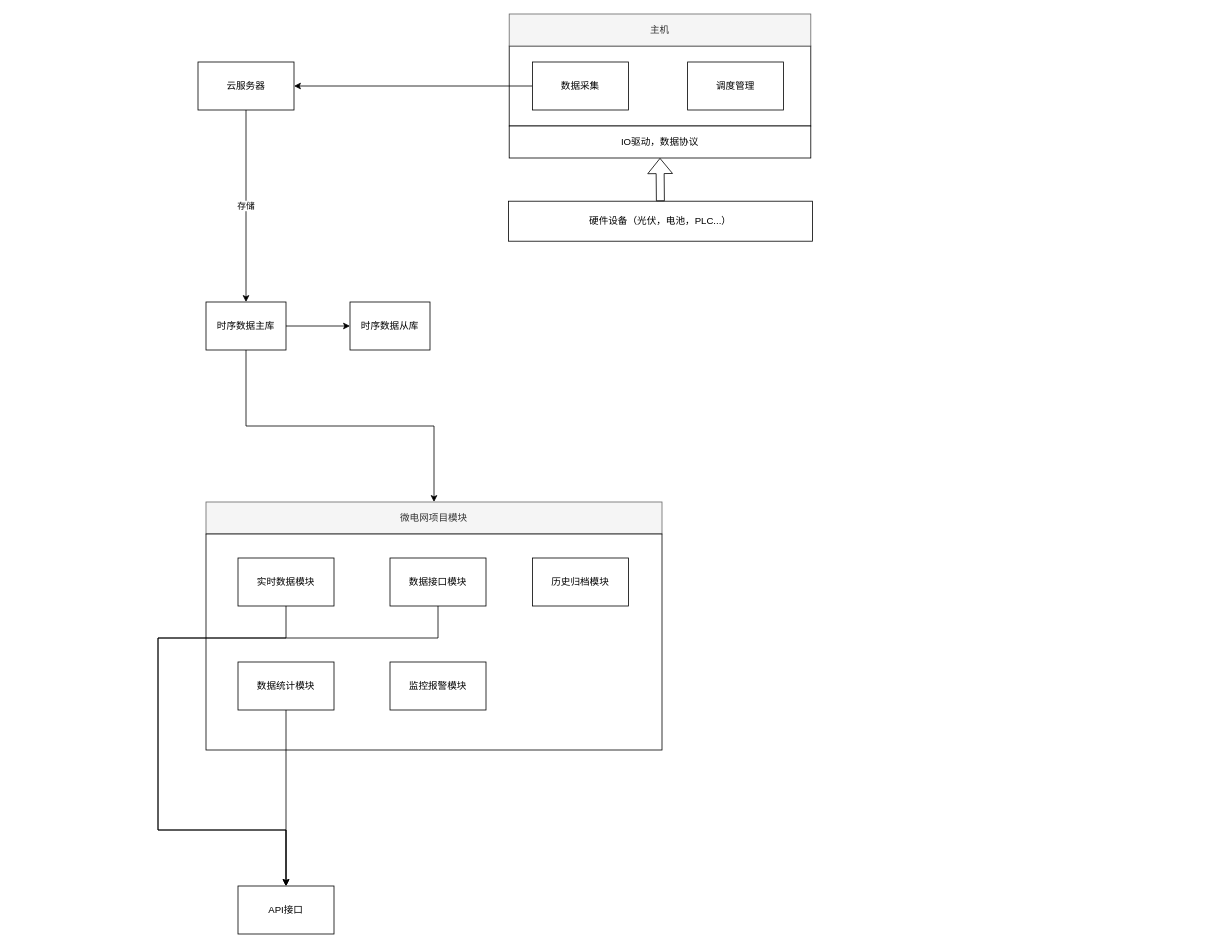
Above: microgrid.drawio in Standstill/DrawIO (draw.io), before the change. Source tidied: cells renumbered, new cells numbered last; positions are measured from the earlier drawing's top-left corner, leaving out a move shared by most shapes. Both pictures are drawn from the tidied source at 80%, with x=0, y=0 at pixel (158, 14).
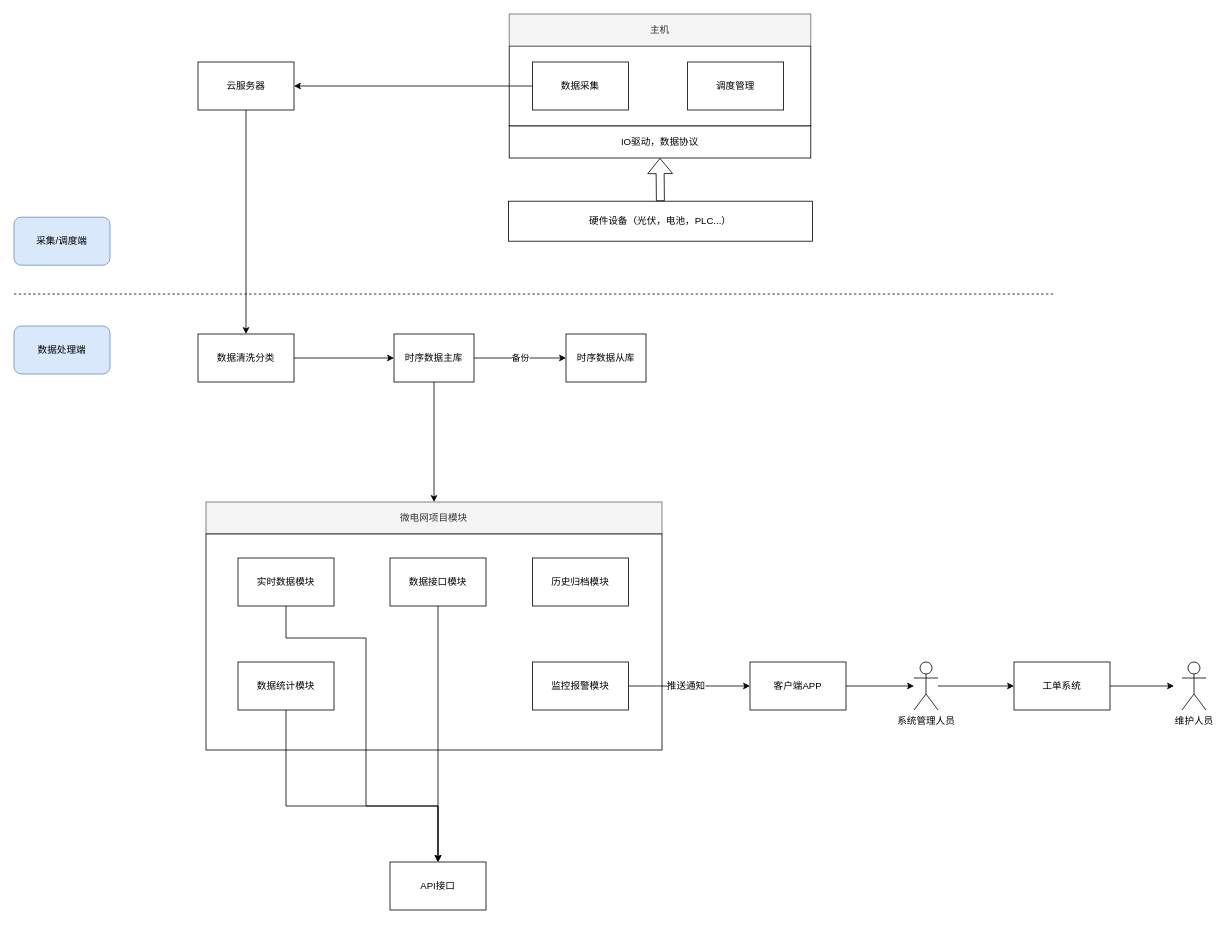
After the change.

The change refers to these unchanged cells:
```xml
<mxCell id="11" value="云服务器" style="rounded=0;whiteSpace=wrap;html=1;" parent="1" vertex="1">
  <mxGeometry x="50" y="60" width="120" height="60" as="geometry" />
</mxCell>
<mxCell id="19" value="实时数据模块" style="rounded=0;whiteSpace=wrap;html=1;" parent="1" vertex="1">
  <mxGeometry x="100" y="680" width="120" height="60" as="geometry" />
</mxCell>
<mxCell id="22" value="数据接口模块" style="rounded=0;whiteSpace=wrap;html=1;" parent="1" vertex="1">
  <mxGeometry x="290" y="680" width="120" height="60" as="geometry" />
</mxCell>
<mxCell id="24" value="数据统计模块" style="rounded=0;whiteSpace=wrap;html=1;" parent="1" vertex="1">
  <mxGeometry x="100" y="810" width="120" height="60" as="geometry" />
</mxCell>
```

What changed in the source:
```diff
@@
-    <mxCell id="10" value="存储" style="edgeStyle=orthogonalEdgeStyle;rounded=0;jettySize=auto;html=1;exitX=0.5;exitY=1;exitDx=0;exitDy=0;" parent="1" edge="1" source="11" target="14">
-      <mxGeometry relative="1" as="geometry" />
-    </mxCell>
+    <mxCell id="27" style="edgeStyle=orthogonalEdgeStyle;rounded=0;jettySize=auto;html=1;exitX=0.5;exitY=1;exitDx=0;exitDy=0;entryX=0.5;entryY=0;entryDx=0;entryDy=0;" parent="1" edge="1" source="11" target="38">
+      <mxGeometry relative="1" as="geometry" />
+    </mxCell>
@@
-    <mxCell id="12" style="edgeStyle=orthogonalEdgeStyle;rounded=0;jettySize=auto;html=1;" parent="1" edge="1" source="14" target="15">
+    <mxCell id="12" value="备份" style="edgeStyle=orthogonalEdgeStyle;rounded=0;jettySize=auto;html=1;" parent="1" edge="1" source="14" target="15">
       <mxGeometry relative="1" as="geometry" />
     </mxCell>
@@
     <mxCell id="14" value="时序数据主库" style="rounded=0;whiteSpace=wrap;html=1;" parent="1" vertex="1">
-      <mxGeometry x="60" y="360" width="100" height="60" as="geometry" />
+      <mxGeometry x="295" y="400" width="100" height="60" as="geometry" />
     </mxCell>
     <mxCell id="15" value="时序数据从库" style="rounded=0;whiteSpace=wrap;html=1;" parent="1" vertex="1">
-      <mxGeometry x="240" y="360" width="100" height="60" as="geometry" />
+      <mxGeometry x="510" y="400" width="100" height="60" as="geometry" />
     </mxCell>
@@
     <mxCell id="18" style="edgeStyle=orthogonalEdgeStyle;rounded=0;jettySize=auto;html=1;exitX=0.5;exitY=1;exitDx=0;exitDy=0;entryX=0.5;entryY=0;entryDx=0;entryDy=0;" parent="1" edge="1" source="19" target="26">
       <mxGeometry relative="1" as="geometry">
         <Array as="points">
           <mxPoint x="160" y="780" />
-          <mxPoint y="780" />
-          <mxPoint y="1020" />
-          <mxPoint x="160" y="1020" />
+          <mxPoint x="260" y="780" />
+          <mxPoint x="260" y="990" />
+          <mxPoint x="350" y="990" />
         </Array>
       </mxGeometry>
     </mxCell>
@@
     <mxCell id="21" style="edgeStyle=orthogonalEdgeStyle;rounded=0;jettySize=auto;html=1;exitX=0.5;exitY=1;exitDx=0;exitDy=0;entryX=0.5;entryY=0;entryDx=0;entryDy=0;" parent="1" edge="1" source="22" target="26">
       <mxGeometry relative="1" as="geometry">
         <Array as="points">
-          <mxPoint x="350" y="780" />
-          <mxPoint y="780" />
-          <mxPoint y="1020" />
-          <mxPoint x="160" y="1020" />
+          <mxPoint x="350" y="1050" />
+          <mxPoint x="350" y="1050" />
         </Array>
       </mxGeometry>
     </mxCell>
@@
     <mxCell id="23" style="edgeStyle=orthogonalEdgeStyle;rounded=0;jettySize=auto;html=1;exitX=0.5;exitY=1;exitDx=0;exitDy=0;entryX=0.5;entryY=0;entryDx=0;entryDy=0;" parent="1" edge="1" source="24" target="26">
-      <mxGeometry relative="1" as="geometry" />
+      <mxGeometry relative="1" as="geometry">
+        <Array as="points">
+          <mxPoint x="160" y="990" />
+          <mxPoint x="350" y="990" />
+        </Array>
+      </mxGeometry>
     </mxCell>
@@
+    <mxCell id="28" style="edgeStyle=orthogonalEdgeStyle;rounded=0;jettySize=auto;html=1;exitX=1;exitY=0.5;exitDx=0;exitDy=0;entryX=0;entryY=0.5;entryDx=0;entryDy=0;" parent="1" edge="1" source="25" target="31">
+      <mxGeometry relative="1" as="geometry" />
+    </mxCell>
+    <mxCell id="29" value="推送通知" style="text;html=1;align=center;verticalAlign=middle;labelBackgroundColor=#ffffff;" parent="28" vertex="1">
+      <mxGeometry x="-0.06" y="-2" relative="1" as="geometry">
+        <mxPoint y="-3" as="offset" />
+      </mxGeometry>
+    </mxCell>
     <mxCell id="25" value="监控报警模块" style="rounded=0;whiteSpace=wrap;html=1;" parent="1" vertex="1">
-      <mxGeometry x="290" y="810" width="120" height="60" as="geometry" />
+      <mxGeometry x="468" y="810" width="120" height="60" as="geometry" />
     </mxCell>
     <mxCell id="26" value="API接口" style="rounded=0;whiteSpace=wrap;html=1;" parent="1" vertex="1">
-      <mxGeometry x="100" y="1090" width="120" height="60" as="geometry" />
+      <mxGeometry x="290" y="1060" width="120" height="60" as="geometry" />
     </mxCell>
+    <mxCell id="30" style="edgeStyle=orthogonalEdgeStyle;rounded=0;jettySize=auto;html=1;exitX=1;exitY=0.5;exitDx=0;exitDy=0;" parent="1" edge="1" source="31" target="33">
+      <mxGeometry relative="1" as="geometry" />
+    </mxCell>
+    <mxCell id="31" value="客户端APP" style="rounded=0;whiteSpace=wrap;html=1;" parent="1" vertex="1">
+      <mxGeometry x="740" y="810" width="120" height="60" as="geometry" />
+    </mxCell>
+    <mxCell id="32" style="edgeStyle=orthogonalEdgeStyle;rounded=0;jettySize=auto;html=1;" parent="1" edge="1" source="33" target="40">
+      <mxGeometry relative="1" as="geometry" />
+    </mxCell>
+    <mxCell id="33" value="系统管理人员" style="shape=umlActor;verticalLabelPosition=bottom;labelBackgroundColor=#ffffff;verticalAlign=top;html=1;outlineConnect=0;" parent="1" vertex="1">
+      <mxGeometry x="945" y="810" width="30" height="60" as="geometry" />
+    </mxCell>
+    <mxCell id="34" style="endArrow=none;dashed=1;html=1;" parent="1" edge="1">
+      <mxGeometry relative="1" as="geometry">
+        <mxPoint x="-180" y="350" as="sourcePoint" />
+        <mxPoint x="1120" y="350" as="targetPoint" />
+      </mxGeometry>
+    </mxCell>
+    <mxCell id="35" value="采集/调度端" style="rounded=1;whiteSpace=wrap;html=1;fillColor=#dae8fc;strokeColor=#6c8ebf;" parent="1" vertex="1">
+      <mxGeometry x="-180" y="254" width="120" height="60" as="geometry" />
+    </mxCell>
+    <mxCell id="36" value="数据处理端" style="rounded=1;whiteSpace=wrap;html=1;fillColor=#dae8fc;strokeColor=#6c8ebf;" parent="1" vertex="1">
+      <mxGeometry x="-180" y="390" width="120" height="60" as="geometry" />
+    </mxCell>
+    <mxCell id="37" style="edgeStyle=orthogonalEdgeStyle;rounded=0;jettySize=auto;html=1;exitX=1;exitY=0.5;exitDx=0;exitDy=0;" parent="1" edge="1" source="38" target="14">
+      <mxGeometry relative="1" as="geometry" />
+    </mxCell>
+    <mxCell id="38" value="数据清洗分类" style="rounded=0;whiteSpace=wrap;html=1;" parent="1" vertex="1">
+      <mxGeometry x="50" y="400" width="120" height="60" as="geometry" />
+    </mxCell>
+    <mxCell id="39" style="edgeStyle=orthogonalEdgeStyle;rounded=0;jettySize=auto;html=1;" parent="1" edge="1" source="40">
+      <mxGeometry relative="1" as="geometry">
+        <mxPoint x="1270" y="840" as="targetPoint" />
+      </mxGeometry>
+    </mxCell>
+    <mxCell id="40" value="&lt;span style=&quot;white-space: normal&quot;&gt;工单系统&lt;/span&gt;" style="rounded=0;whiteSpace=wrap;html=1;" parent="1" vertex="1">
+      <mxGeometry x="1070" y="810" width="120" height="60" as="geometry" />
+    </mxCell>
+    <mxCell id="41" value="维护人员" style="shape=umlActor;verticalLabelPosition=bottom;labelBackgroundColor=#ffffff;verticalAlign=top;html=1;" parent="1" vertex="1">
+      <mxGeometry x="1280" y="810" width="30" height="60" as="geometry" />
+    </mxCell>
```
